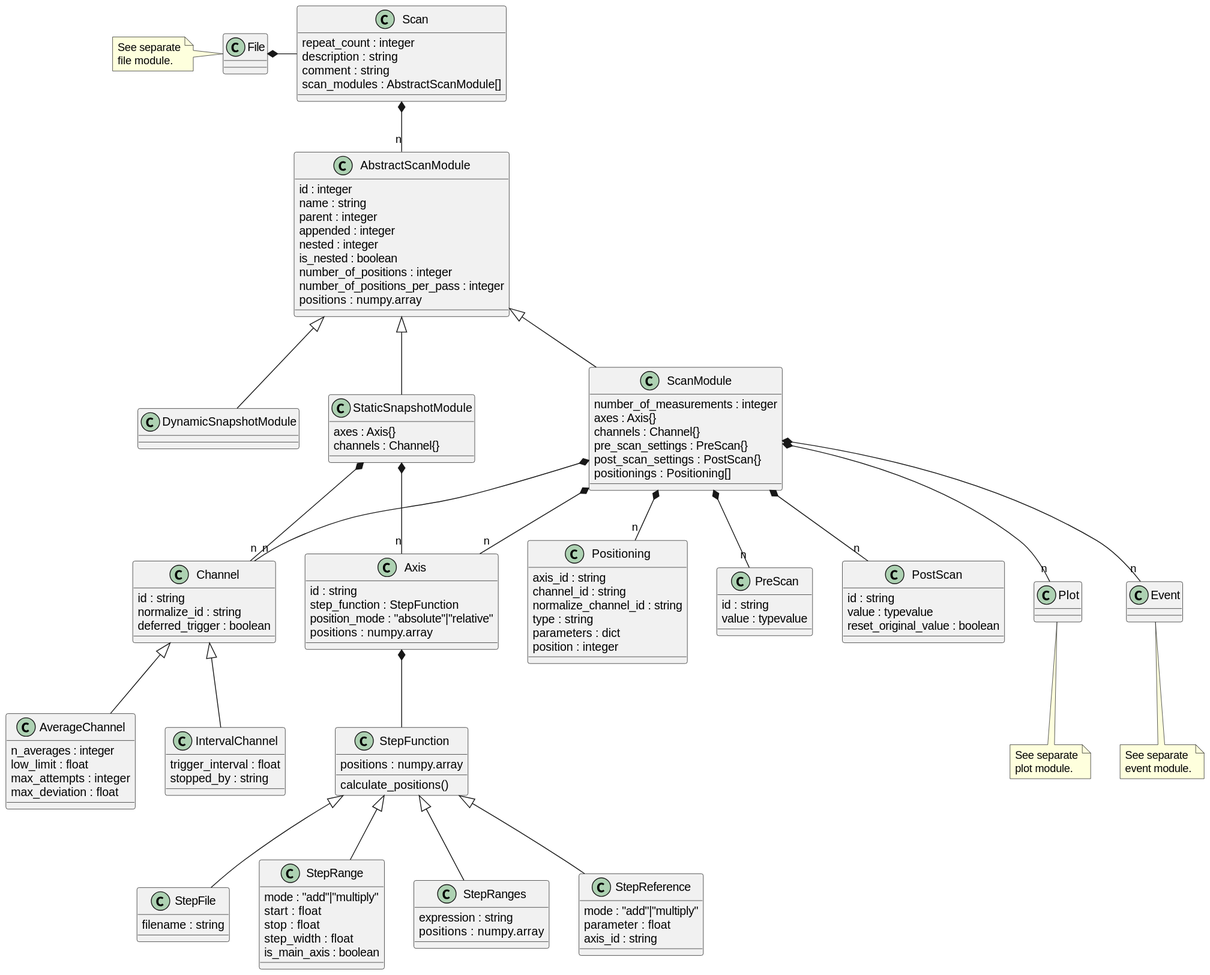
The PlantUML diagram docs/uml/evedata.scan.entities.scan_current.svg in tillbiskup/evedata, before a commit. Source of this version:
```plantuml
@startuml

class Scan {
    repeat_count : integer
    description : string
    comment : string
    scan_modules : AbstractScanModule[]
}
Scan *-- "n" AbstractScanModule


File *- Scan
note left of File: See separate\nfile module.

class AbstractScanModule {
    id : integer
    name : string
    parent : integer
    appended : integer
    nested : integer
    is_nested : boolean
    number_of_positions : integer
    number_of_positions_per_pass : integer
    positions : numpy.array
}

class ScanModule extends AbstractScanModule {
    number_of_measurements : integer
    axes : Axis{}
    channels : Channel{}
    pre_scan_settings : PreScan{}
    post_scan_settings : PostScan{}
    positionings : Positioning[]
}
ScanModule *-- "n" Event
ScanModule *-- "n" Axis
ScanModule *-- "n" Channel
ScanModule *-- "n" Positioning
ScanModule *-- "n" PreScan
ScanModule *-- "n" PostScan
ScanModule *-- "n" Plot

note bottom of Plot: See separate\nplot module.
note bottom of Event: See separate\nevent module.

class DynamicSnapshotModule extends AbstractScanModule

class StaticSnapshotModule extends AbstractScanModule {
    axes : Axis{}
    channels : Channel{}
}

StaticSnapshotModule *-- "n" Axis
StaticSnapshotModule *-- "n" Channel

Channel -[hidden]> Axis

DynamicSnapshotModule -[hidden]> StaticSnapshotModule

class StaticSnapshotModule {
}

class Axis {
    id : string
    step_function : StepFunction
    position_mode : "absolute"|"relative"
    positions : numpy.array
}
Axis *-- StepFunction

class Channel {
    id : string
    normalize_id : string
    deferred_trigger : boolean
}

class IntervalChannel extends Channel {
    trigger_interval : float
    stopped_by : string
}

class AverageChannel extends Channel {
    n_averages : integer
    low_limit : float
    max_attempts : integer
    max_deviation : float
}

class Positioning {
    axis_id : string
    channel_id : string
    normalize_channel_id : string
    type : string
    parameters : dict
    position : integer
}

class PreScan {
    id : string
    value : typevalue
}

class PostScan {
    id : string
    value : typevalue
    reset_original_value : boolean
}

class StepFunction {
    positions : numpy.array
    calculate_positions()
}

class StepFile extends StepFunction {
    filename : string
}

class StepRange extends StepFunction {
    mode : "add"|"multiply"
    start : float
    stop : float
    step_width : float
    is_main_axis : boolean
}

class StepRanges extends StepFunction {
    expression : string
    positions :  numpy.array
}

class StepReference extends StepFunction {
    mode : "add"|"multiply"
    parameter : float
    axis_id : string
}
@enduml
```
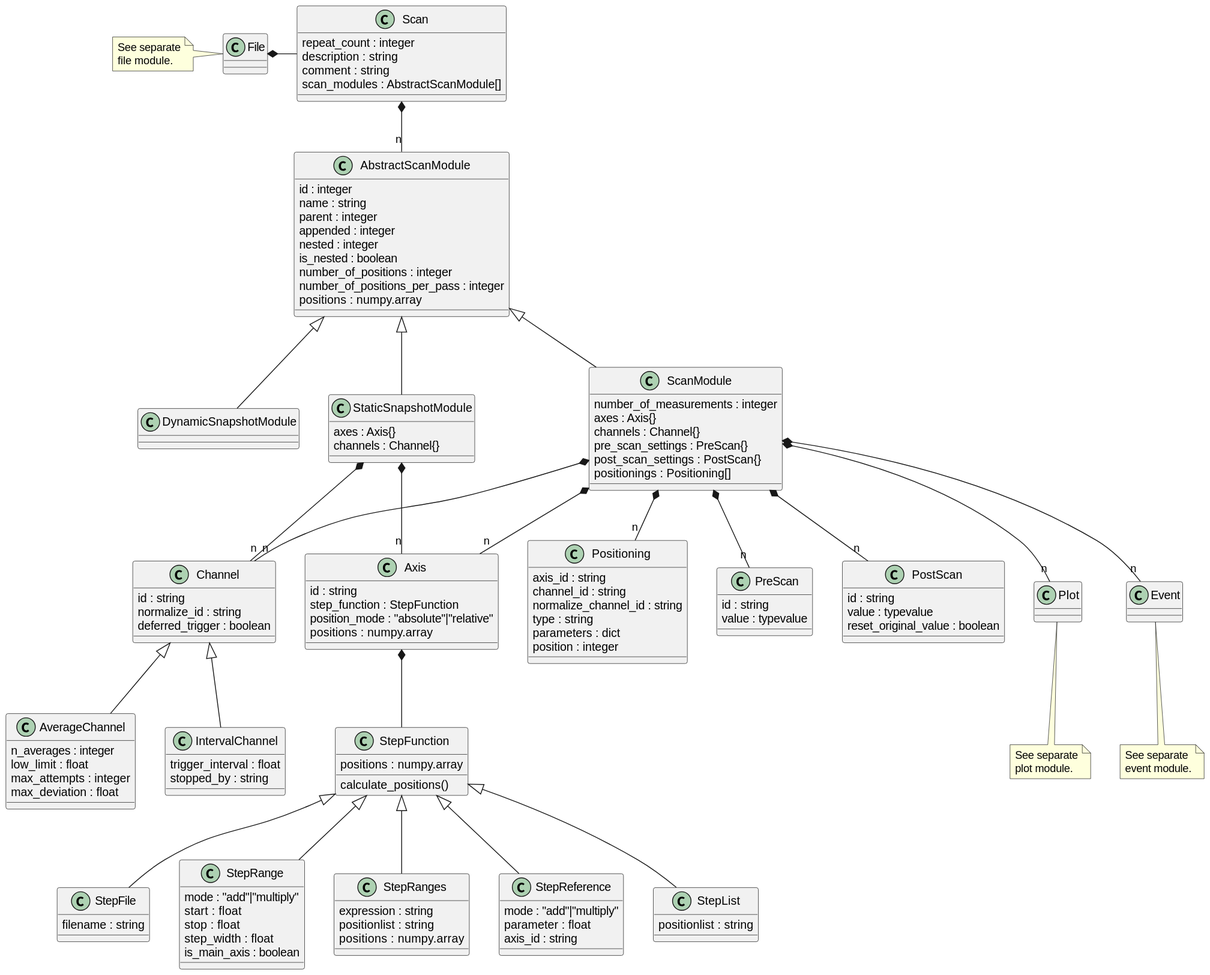
Later version of the same file.

Commit message:
SCML VersionMapper maps/uses new StepFunction objects

What changed in the source:
```diff
@@ -125,6 +125,7 @@
 
 class StepRanges extends StepFunction {
     expression : string
+    positionlist : string
     positions :  numpy.array
 }
 
@@ -133,4 +134,8 @@
     parameter : float
     axis_id : string
 }
+
+class StepList extends StepFunction {
+    positionlist : string
+}
 @enduml
```
